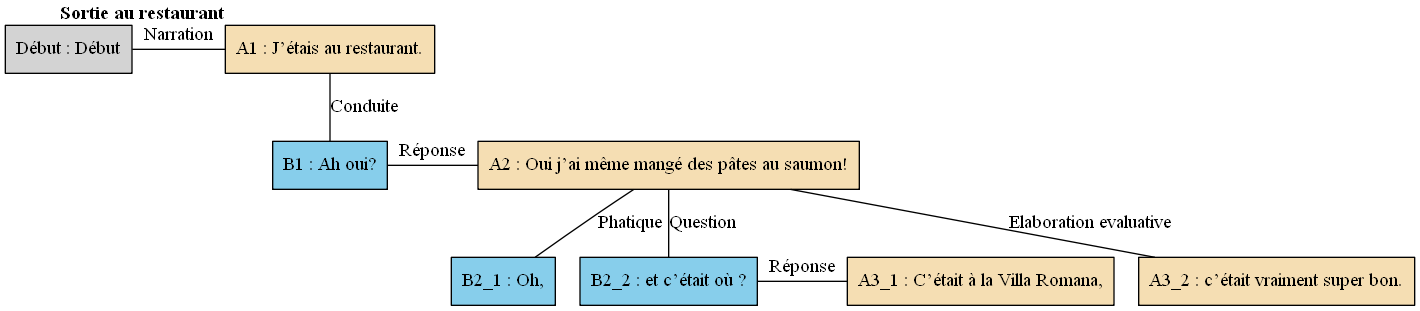
The Graphviz diagram arbres/Bac_a_sable/Bac_a_sable_-_E09.gv.png in AlaixComet/AnnotationSlamPTut, before a commit. Its source is kept beside it as arbres/Bac_a_sable/Bac_a_sable_-_E09.gv.
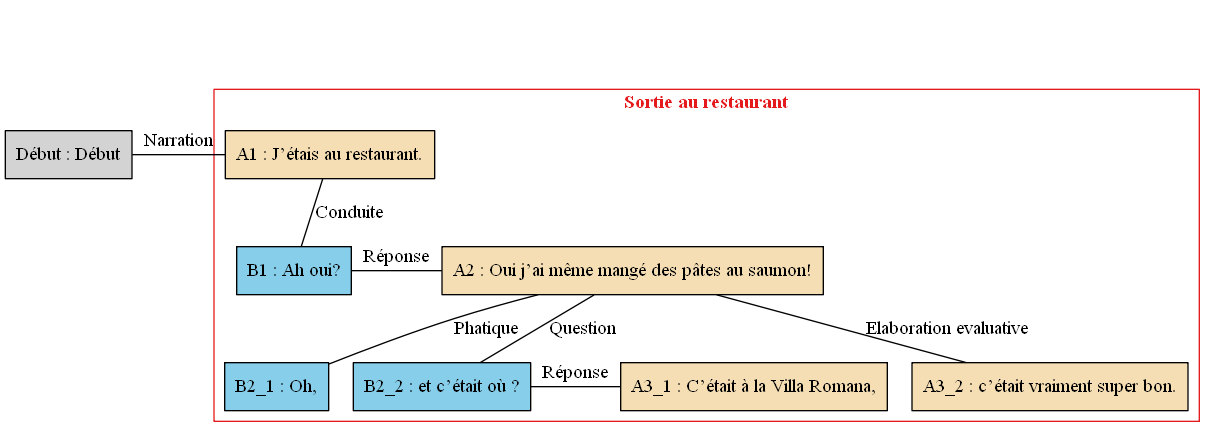
Later version of the same file.

Diff of the diagram source:
```diff
@@ -1,33 +1,37 @@
 digraph E09 {
 	node [shape=box style=filled]
-	"Début" [label="Début : Début" xlabel=""]
-	A1 [label="A1 : J’étais au restaurant." fillcolor=wheat xlabel=<<B>Sortie au restaurant</B>>]
-	B1 [label="B1 : Ah oui?" fillcolor=skyblue xlabel=""]
-	A2 [label="A2 : Oui j’ai même mangé des pâtes au saumon!" fillcolor=wheat xlabel=""]
-	B2_1 [label="B2_1 : Oh," fillcolor=skyblue xlabel=""]
-	B2_2 [label="B2_2 : et c’était où ?" fillcolor=skyblue xlabel=""]
-	A3_1 [label="A3_1 : C’était à la Villa Romana," fillcolor=wheat xlabel=""]
-	A3_2 [label="A3_2 : c’était vraiment super bon." fillcolor=wheat xlabel=""]
-	{
-		rank=same
-		"Début"
+	newrank=true
+	zero [style=invis]
+	"Début" [label="Début : Début"]
+	A1 [label="A1 : J’étais au restaurant." fillcolor=wheat]
+	B1 [label="B1 : Ah oui?" fillcolor=skyblue]
+	A2 [label="A2 : Oui j’ai même mangé des pâtes au saumon!" fillcolor=wheat]
+	B2_1 [label="B2_1 : Oh," fillcolor=skyblue]
+	B2_2 [label="B2_2 : et c’était où ?" fillcolor=skyblue]
+	A3_1 [label="A3_1 : C’était à la Villa Romana," fillcolor=wheat]
+	A3_2 [label="A3_2 : c’était vraiment super bon." fillcolor=wheat]
+	zero -> "Début" [label="" style=invis]
+	zero -> A1 [style=invis weight=1]
+	"Début" -> A1 [label=Narration constraint=false dir=none]
+	A1 -> B1 [label=Conduite dir=none weight=2]
+	A1 -> A2 [style=invis weight=1]
+	B1 -> A2 [label="Réponse" constraint=false dir=none]
+	A2 -> B2_1 [label=Phatique dir=none weight=2]
+	A2 -> B2_2 [label=Question dir=none weight=2]
+	A2 -> A3_1 [style=invis weight=1]
+	B2_2 -> A3_1 [label="Réponse" constraint=false dir=none]
+	A2 -> A3_2 [label="Elaboration evaluative" dir=none weight=2]
+	subgraph cluster_1 {
+		label=<<B>Sortie au restaurant</B>>
+		colorscheme=set19
+		color=1
+		fontcolor=1
 		A1
-		"Début" -> A1 [label=Narration dir=none]
-	}
-	A1 -> B1 [label=Conduite dir=none]
-	{
-		rank=same
 		B1
 		A2
-		B1 -> A2 [label="Réponse" dir=none]
-	}
-	A2 -> B2_1 [label=Phatique dir=none]
-	A2 -> B2_2 [label=Question dir=none]
-	{
-		rank=same
+		B2_1
 		B2_2
 		A3_1
-		B2_2 -> A3_1 [label="Réponse" dir=none]
+		A3_2
 	}
-	A2 -> A3_2 [label="Elaboration evaluative" dir=none]
 }
```
